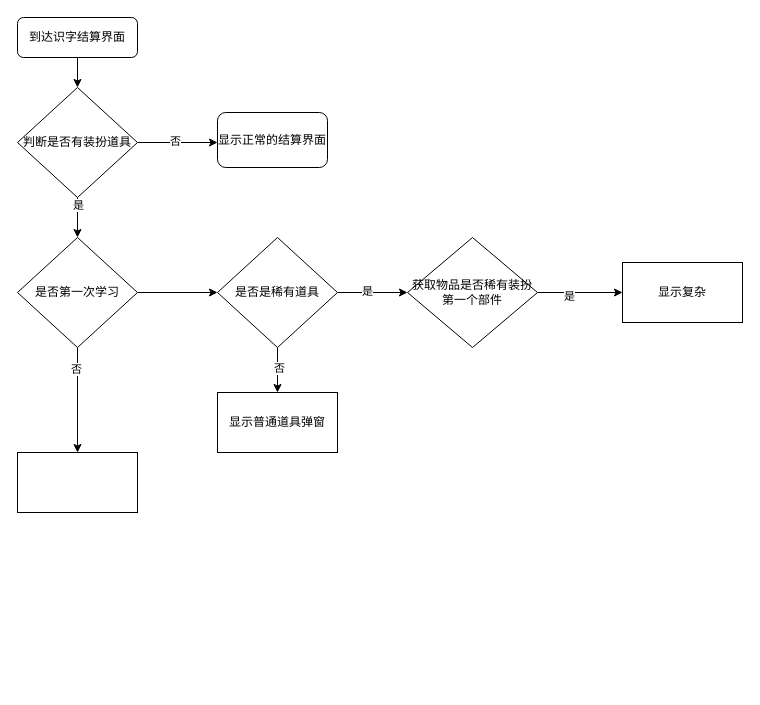
Earlier version of the draw.io diagram Untitled Diagram.drawio (NicoleXiao/Draw). Source tidied: cells renumbered, new cells numbered last; positions are measured from the earlier drawing's top-left corner, leaving out a move shared by most shapes. Both pictures are drawn from the tidied source at 100%, with x=0, y=0 at pixel (17, 17).
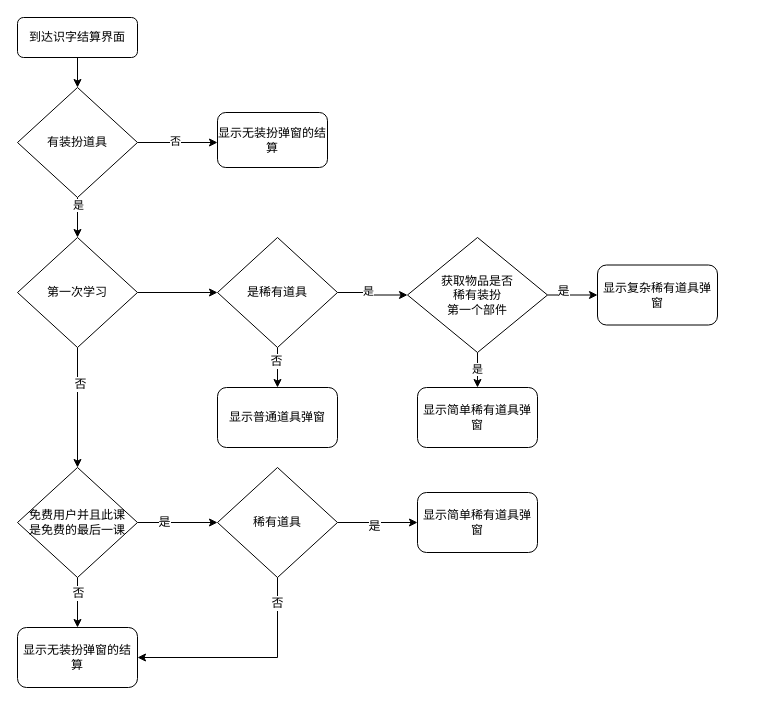
The same diagram, later.

Change to the diagram source:
```diff
@@
-    <mxCell id="8" value="判断是否有装扮道具" style="rhombus;whiteSpace=wrap;html=1;" parent="1" vertex="1">
+    <mxCell id="8" value="有装扮道具" style="rhombus;whiteSpace=wrap;html=1;" parent="1" vertex="1">
       <mxGeometry y="70" width="120" height="110" as="geometry" />
     </mxCell>
-    <mxCell id="9" value="显示正常的结算界面" style="rounded=1;whiteSpace=wrap;html=1;" parent="1" vertex="1">
+    <mxCell id="9" value="显示无装扮弹窗的结算" style="rounded=1;whiteSpace=wrap;html=1;" parent="1" vertex="1">
       <mxGeometry x="200" y="95" width="110" height="55" as="geometry" />
     </mxCell>
-    <mxCell id="10" style="edgeStyle=orthogonalEdgeStyle;rounded=0;jettySize=auto;html=1;" parent="1" edge="1" source="13" target="14">
-      <mxGeometry relative="1" as="geometry" />
-    </mxCell>
-    <mxCell id="11" value="否" style="edgeLabel;html=1;align=center;verticalAlign=middle;" parent="10" vertex="1">
-      <mxGeometry x="-0.6" y="-2" relative="1" as="geometry" />
-    </mxCell>
@@
+    <mxCell id="25" style="edgeStyle=orthogonalEdgeStyle;rounded=0;jettySize=auto;html=1;fontSize=12;" parent="1" edge="1" source="13" target="37">
+      <mxGeometry relative="1" as="geometry" />
+    </mxCell>
+    <mxCell id="26" value="否" style="edgeLabel;html=1;align=center;verticalAlign=middle;fontSize=12;" parent="25" vertex="1">
+      <mxGeometry x="-0.4" y="2" relative="1" as="geometry" />
+    </mxCell>
-    <mxCell id="13" value="是否第一次学习" style="rhombus;whiteSpace=wrap;html=1;" parent="1" vertex="1">
+    <mxCell id="13" value="第一次学习" style="rhombus;whiteSpace=wrap;html=1;" parent="1" vertex="1">
       <mxGeometry y="220" width="120" height="110" as="geometry" />
     </mxCell>
-    <mxCell id="14" style="whiteSpace=wrap;html=1;" parent="1" vertex="1">
-      <mxGeometry y="435" width="120" height="60" as="geometry" />
-    </mxCell>
-    <mxCell id="15" style="edgeStyle=orthogonalEdgeStyle;rounded=0;jettySize=auto;html=1;" parent="1" edge="1" source="17" target="24">
-      <mxGeometry relative="1" as="geometry" />
-    </mxCell>
-    <mxCell id="16" value="是" style="edgeLabel;html=1;align=center;verticalAlign=middle;" parent="15" vertex="1">
-      <mxGeometry x="-0.27" y="-3" relative="1" as="geometry" />
-    </mxCell>
+    <mxCell id="27" value="是" style="edgeStyle=orthogonalEdgeStyle;rounded=0;jettySize=auto;html=1;" parent="1" edge="1" source="17" target="31">
+      <mxGeometry relative="1" as="geometry" />
+    </mxCell>
+    <mxCell id="28" style="edgeStyle=orthogonalEdgeStyle;rounded=0;jettySize=auto;html=1;fontSize=12;" parent="1" edge="1" source="17" target="32">
+      <mxGeometry relative="1" as="geometry" />
+    </mxCell>
+    <mxCell id="29" value="是" style="edgeLabel;html=1;align=center;verticalAlign=middle;fontSize=12;" parent="28" vertex="1">
+      <mxGeometry x="-0.4" y="4" relative="1" as="geometry" />
+    </mxCell>
-    <mxCell id="17" value="获取物品是否稀有装扮第一个部件" style="rhombus;whiteSpace=wrap;html=1;" parent="1" vertex="1">
-      <mxGeometry x="390" y="220" width="130" height="110" as="geometry" />
+    <mxCell id="17" value="获取物品是否&lt;br&gt;稀有装扮&lt;br&gt;第一个部件" style="rhombus;whiteSpace=wrap;html=1;" parent="1" vertex="1">
+      <mxGeometry x="390" y="220" width="140" height="115" as="geometry" />
     </mxCell>
@@
-    <mxCell id="20" style="edgeStyle=orthogonalEdgeStyle;rounded=0;jettySize=auto;html=1;" parent="1" edge="1" source="22" target="23">
+    <mxCell id="20" style="edgeStyle=orthogonalEdgeStyle;rounded=0;jettySize=auto;html=1;fontSize=8;" parent="1" edge="1" source="22" target="23">
       <mxGeometry relative="1" as="geometry" />
     </mxCell>
-    <mxCell id="21" value="否" style="edgeLabel;html=1;align=center;verticalAlign=middle;" parent="20" vertex="1">
-      <mxGeometry x="-0.1" y="1" relative="1" as="geometry" />
-    </mxCell>
+    <mxCell id="30" value="否" style="edgeLabel;html=1;align=center;verticalAlign=middle;fontSize=12;" parent="20" vertex="1">
+      <mxGeometry x="-0.37" y="-2" relative="1" as="geometry" />
+    </mxCell>
-    <mxCell id="22" value="是否是稀有道具" style="rhombus;whiteSpace=wrap;html=1;" parent="1" vertex="1">
+    <mxCell id="22" value="是稀有道具" style="rhombus;whiteSpace=wrap;html=1;" parent="1" vertex="1">
       <mxGeometry x="200" y="220" width="120" height="110" as="geometry" />
     </mxCell>
+    <mxCell id="31" value="显示简单稀有道具弹窗" style="rounded=1;whiteSpace=wrap;html=1;" parent="1" vertex="1">
+      <mxGeometry x="400" y="370" width="120" height="60" as="geometry" />
+    </mxCell>
-    <mxCell id="23" value="显示普通道具弹窗" style="whiteSpace=wrap;html=1;" parent="1" vertex="1">
-      <mxGeometry x="200" y="375" width="120" height="60" as="geometry" />
+    <mxCell id="23" value="显示普通道具弹窗" style="rounded=1;whiteSpace=wrap;html=1;" parent="1" vertex="1">
+      <mxGeometry x="200" y="370" width="120" height="60" as="geometry" />
     </mxCell>
-    <mxCell id="24" value="显示复杂" style="whiteSpace=wrap;html=1;" parent="1" vertex="1">
-      <mxGeometry x="605" y="245" width="120" height="60" as="geometry" />
-    </mxCell>
+    <mxCell id="32" value="显示复杂稀有道具弹窗" style="rounded=1;whiteSpace=wrap;html=1;" parent="1" vertex="1">
+      <mxGeometry x="580" y="247.5" width="120" height="60" as="geometry" />
+    </mxCell>
+    <mxCell id="33" style="edgeStyle=orthogonalEdgeStyle;rounded=0;jettySize=auto;html=1;fontSize=12;" parent="1" edge="1" source="37" target="40">
+      <mxGeometry relative="1" as="geometry" />
+    </mxCell>
+    <mxCell id="34" value="是" style="edgeLabel;html=1;align=center;verticalAlign=middle;fontSize=12;" parent="33" vertex="1">
+      <mxGeometry x="-0.35" y="1" relative="1" as="geometry" />
+    </mxCell>
+    <mxCell id="35" style="edgeStyle=orthogonalEdgeStyle;rounded=0;jettySize=auto;html=1;fontSize=12;" parent="1" edge="1" source="37" target="41">
+      <mxGeometry relative="1" as="geometry" />
+    </mxCell>
+    <mxCell id="36" value="否" style="edgeLabel;html=1;align=center;verticalAlign=middle;fontSize=12;" parent="35" vertex="1">
+      <mxGeometry x="-0.39" relative="1" as="geometry" />
+    </mxCell>
+    <mxCell id="37" value="免费用户并且此课&lt;br&gt;是免费的最后一课" style="rhombus;whiteSpace=wrap;html=1;" parent="1" vertex="1">
+      <mxGeometry y="450" width="120" height="110" as="geometry" />
+    </mxCell>
+    <mxCell id="38" style="edgeStyle=orthogonalEdgeStyle;rounded=0;jettySize=auto;html=1;fontSize=12;" parent="1" edge="1" source="40" target="42">
+      <mxGeometry relative="1" as="geometry" />
+    </mxCell>
+    <mxCell id="39" value="是" style="edgeLabel;html=1;align=center;verticalAlign=middle;fontSize=12;" parent="38" vertex="1">
+      <mxGeometry x="-0.1" y="-3" relative="1" as="geometry" />
+    </mxCell>
+    <mxCell id="40" value="稀有道具" style="rhombus;whiteSpace=wrap;html=1;" parent="1" vertex="1">
+      <mxGeometry x="200" y="450" width="120" height="110" as="geometry" />
+    </mxCell>
+    <mxCell id="41" value="显示无装扮弹窗的结算" style="rounded=1;whiteSpace=wrap;html=1;" parent="1" vertex="1">
+      <mxGeometry y="610" width="120" height="60" as="geometry" />
+    </mxCell>
+    <mxCell id="42" value="&lt;span&gt;显示简单稀有道具弹窗&lt;/span&gt;" style="rounded=1;whiteSpace=wrap;html=1;" parent="1" vertex="1">
+      <mxGeometry x="400" y="475" width="120" height="60" as="geometry" />
+    </mxCell>
+    <mxCell id="43" style="endArrow=classic;html=1;rounded=0;fontSize=12;exitX=0.5;exitY=1;exitDx=0;exitDy=0;entryX=1;entryY=0.5;entryDx=0;entryDy=0;" parent="1" edge="1" source="40" target="41">
+      <mxGeometry relative="1" as="geometry">
+        <Array as="points">
+          <mxPoint x="260" y="640" />
+        </Array>
+      </mxGeometry>
+    </mxCell>
+    <mxCell id="44" value="否" style="edgeLabel;html=1;align=center;verticalAlign=middle;fontSize=12;" parent="43" vertex="1">
+      <mxGeometry x="-0.77" y="-1" relative="1" as="geometry" />
+    </mxCell>
```
